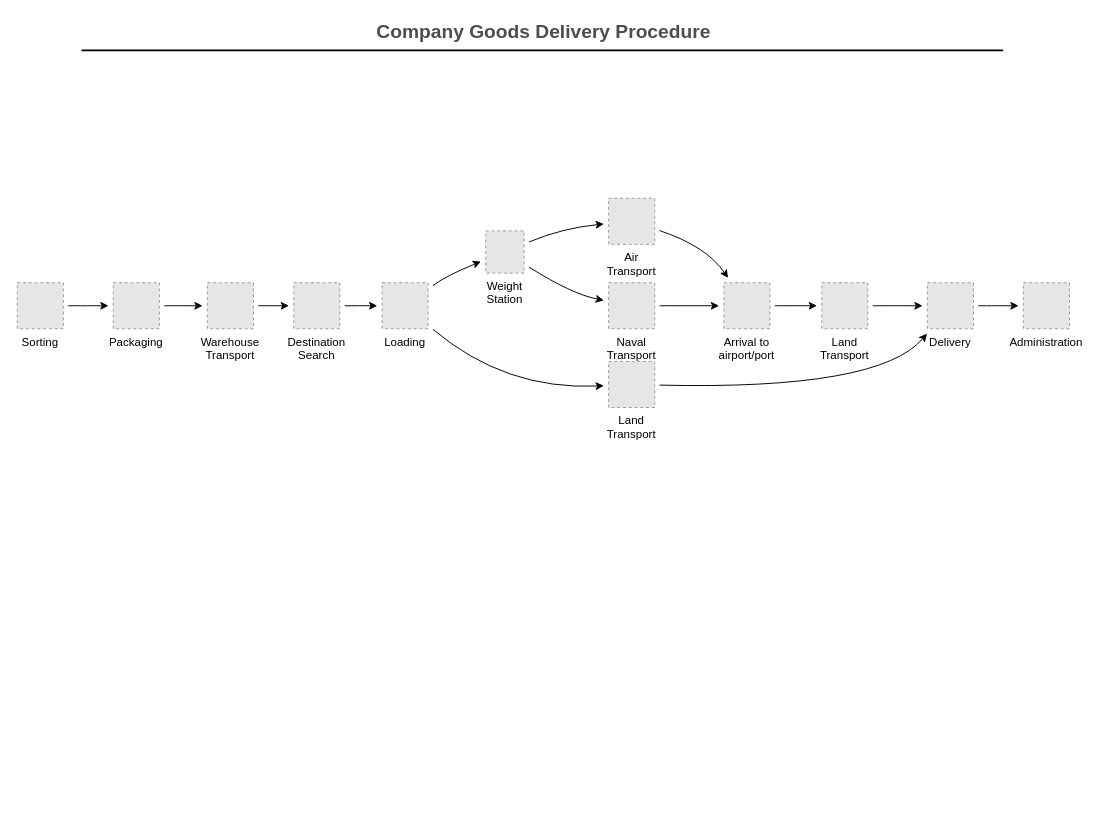
Before: diagram/minishop.drawio in sjbwylbs/sjbwylbs, a draw.io diagram. Source tidied: cells renumbered, new cells numbered last; positions are measured from the earlier drawing's top-left corner, leaving out a move shared by most shapes. Both pictures are drawn from the tidied source at 96%, with x=0, y=0 at pixel (16, 16). Pictures stored in the file or linked from it are replaced by grey dashed boxes.
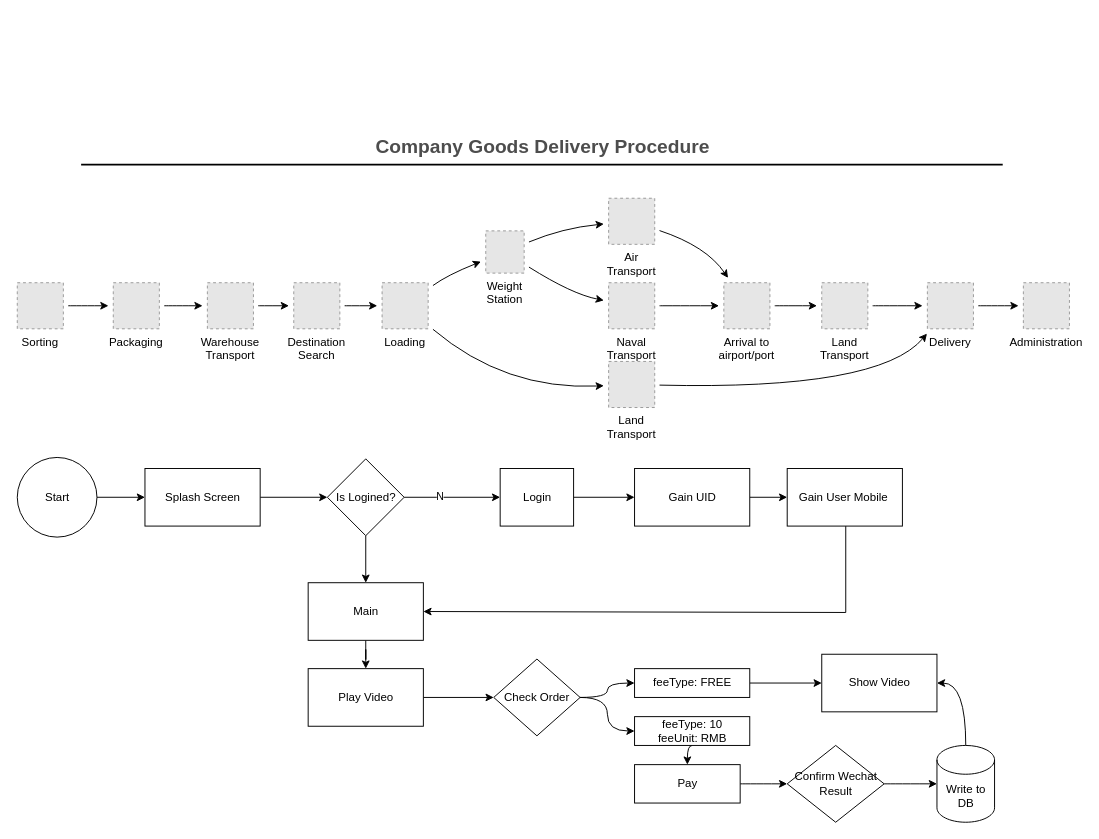
Above is the later version.

Diff of the diagram source:
```diff
@@
     <mxCell id="29" value="Company Goods Delivery Procedure" style="text;html=1;strokeColor=none;fillColor=none;align=center;verticalAlign=middle;whiteSpace=wrap;rounded=0;fontStyle=1;fontSize=20;fontColor=#4D4D4D;" parent="1" vertex="1">
-      <mxGeometry x="153.5" width="790" height="30" as="geometry" />
+      <mxGeometry x="153" y="119" width="790" height="30" as="geometry" />
     </mxCell>
     <mxCell id="30" style="line;strokeWidth=2;html=1;fontSize=20;fontColor=#4D4D4D;" parent="1" vertex="1">
-      <mxGeometry x="67.5" y="30" width="960" height="10" as="geometry" />
+      <mxGeometry x="67" y="149" width="960" height="10" as="geometry" />
     </mxCell>
+    <mxCell id="31" style="edgeStyle=orthogonalEdgeStyle;rounded=0;jettySize=auto;html=1;" parent="1" edge="1" source="32" target="42">
+      <mxGeometry relative="1" as="geometry" />
+    </mxCell>
+    <mxCell id="32" value="&lt;div&gt;Start&lt;/div&gt;" style="ellipse;whiteSpace=wrap;html=1;" parent="1" vertex="1">
+      <mxGeometry x="0.5" y="459" width="83" height="83" as="geometry" />
+    </mxCell>
+    <mxCell id="33" style="edgeStyle=orthogonalEdgeStyle;rounded=0;jettySize=auto;html=1;" parent="1" edge="1" source="34" target="48">
+      <mxGeometry relative="1" as="geometry" />
+    </mxCell>
+    <mxCell id="34" value="Main" style="rounded=0;whiteSpace=wrap;html=1;" parent="1" vertex="1">
+      <mxGeometry x="303.5" y="589.5" width="120" height="60" as="geometry" />
+    </mxCell>
+    <mxCell id="35" style="edgeStyle=orthogonalEdgeStyle;rounded=0;jettySize=auto;html=1;" parent="1" edge="1" source="38" target="40">
+      <mxGeometry relative="1" as="geometry" />
+    </mxCell>
+    <mxCell id="36" value="&lt;div&gt;N&lt;/div&gt;" style="edgeLabel;html=1;align=center;verticalAlign=middle;" parent="35" vertex="1">
+      <mxGeometry x="-0.27" y="1" relative="1" as="geometry" />
+    </mxCell>
+    <mxCell id="37" style="edgeStyle=orthogonalEdgeStyle;rounded=0;jettySize=auto;html=1;entryX=0.5;entryY=0;entryDx=0;entryDy=0;" parent="1" edge="1" source="38" target="34">
+      <mxGeometry relative="1" as="geometry" />
+    </mxCell>
+    <mxCell id="38" value="Is Logined?" style="rhombus;whiteSpace=wrap;html=1;" parent="1" vertex="1">
+      <mxGeometry x="323.5" y="460.5" width="80" height="80" as="geometry" />
+    </mxCell>
+    <mxCell id="39" style="edgeStyle=orthogonalEdgeStyle;rounded=0;jettySize=auto;html=1;" parent="1" edge="1" source="40" target="44">
+      <mxGeometry relative="1" as="geometry" />
+    </mxCell>
+    <mxCell id="40" value="Login" style="rounded=0;whiteSpace=wrap;html=1;" parent="1" vertex="1">
+      <mxGeometry x="503.5" y="470.5" width="76.5" height="60" as="geometry" />
+    </mxCell>
+    <mxCell id="41" style="edgeStyle=orthogonalEdgeStyle;rounded=0;jettySize=auto;html=1;exitX=1;exitY=0.5;exitDx=0;exitDy=0;entryX=0;entryY=0.5;entryDx=0;entryDy=0;" parent="1" edge="1" source="42" target="38">
+      <mxGeometry relative="1" as="geometry" />
+    </mxCell>
+    <mxCell id="42" value="Splash Screen" style="rounded=0;whiteSpace=wrap;html=1;" parent="1" vertex="1">
+      <mxGeometry x="133.5" y="470.5" width="120" height="60" as="geometry" />
+    </mxCell>
+    <mxCell id="43" style="edgeStyle=orthogonalEdgeStyle;rounded=0;jettySize=auto;html=1;exitX=1;exitY=0.5;exitDx=0;exitDy=0;entryX=0;entryY=0.5;entryDx=0;entryDy=0;" parent="1" edge="1" source="44" target="46">
+      <mxGeometry relative="1" as="geometry" />
+    </mxCell>
+    <mxCell id="44" value="Gain UID" style="rounded=0;whiteSpace=wrap;html=1;" parent="1" vertex="1">
+      <mxGeometry x="643.5" y="470.5" width="120" height="60" as="geometry" />
+    </mxCell>
+    <mxCell id="45" style="edgeStyle=orthogonalEdgeStyle;rounded=0;jettySize=auto;html=1;entryX=1;entryY=0.5;entryDx=0;entryDy=0;" parent="1" edge="1" source="46" target="34">
+      <mxGeometry relative="1" as="geometry">
+        <Array as="points">
+          <mxPoint x="863.5" y="620.5" />
+        </Array>
+      </mxGeometry>
+    </mxCell>
+    <mxCell id="46" value="Gain User Mobile&amp;nbsp; " style="rounded=0;whiteSpace=wrap;html=1;" parent="1" vertex="1">
+      <mxGeometry x="802.5" y="470.5" width="120" height="60" as="geometry" />
+    </mxCell>
+    <mxCell id="47" style="edgeStyle=orthogonalEdgeStyle;rounded=0;jettySize=auto;html=1;" parent="1" edge="1" source="48" target="51">
+      <mxGeometry relative="1" as="geometry" />
+    </mxCell>
+    <mxCell id="48" value="Play Video" style="rounded=0;whiteSpace=wrap;html=1;" parent="1" vertex="1">
+      <mxGeometry x="303.5" y="679" width="120" height="60" as="geometry" />
+    </mxCell>
+    <mxCell id="49" style="edgeStyle=orthogonalEdgeStyle;rounded=0;jettySize=auto;html=1;entryX=0;entryY=0.5;entryDx=0;entryDy=0;curved=1;" parent="1" edge="1" source="51" target="53">
+      <mxGeometry relative="1" as="geometry" />
+    </mxCell>
+    <mxCell id="50" style="edgeStyle=orthogonalEdgeStyle;curved=1;rounded=0;jettySize=auto;html=1;exitX=1;exitY=0.5;exitDx=0;exitDy=0;" parent="1" edge="1" source="51" target="55">
+      <mxGeometry relative="1" as="geometry" />
+    </mxCell>
+    <mxCell id="51" value="Check Order" style="rhombus;whiteSpace=wrap;html=1;" parent="1" vertex="1">
+      <mxGeometry x="496.8" y="669" width="90" height="80" as="geometry" />
+    </mxCell>
+    <mxCell id="52" style="edgeStyle=orthogonalEdgeStyle;rounded=0;jettySize=auto;html=1;" parent="1" edge="1" source="53" target="56">
+      <mxGeometry relative="1" as="geometry" />
+    </mxCell>
+    <mxCell id="53" value="feeType: FREE" style="rounded=0;whiteSpace=wrap;html=1;" parent="1" vertex="1">
+      <mxGeometry x="643.5" y="679" width="120" height="30" as="geometry" />
+    </mxCell>
+    <mxCell id="54" style="edgeStyle=orthogonalEdgeStyle;curved=1;rounded=0;jettySize=auto;html=1;exitX=0.5;exitY=1;exitDx=0;exitDy=0;entryX=0.5;entryY=0;entryDx=0;entryDy=0;" parent="1" edge="1" source="55" target="58">
+      <mxGeometry relative="1" as="geometry" />
+    </mxCell>
+    <mxCell id="55" value="&lt;div&gt;feeType: 10&lt;br&gt;&lt;/div&gt;&lt;div&gt;feeUnit: RMB&lt;br&gt;&lt;/div&gt;" style="rounded=0;whiteSpace=wrap;html=1;" parent="1" vertex="1">
+      <mxGeometry x="643.5" y="729" width="120" height="30" as="geometry" />
+    </mxCell>
+    <mxCell id="56" value="Show Video" style="rounded=0;whiteSpace=wrap;html=1;" parent="1" vertex="1">
+      <mxGeometry x="838.5" y="664" width="120" height="60" as="geometry" />
+    </mxCell>
+    <mxCell id="57" style="edgeStyle=orthogonalEdgeStyle;curved=1;rounded=0;jettySize=auto;html=1;" parent="1" edge="1" source="58" target="60">
+      <mxGeometry relative="1" as="geometry" />
+    </mxCell>
+    <mxCell id="58" value="Pay" style="rounded=0;whiteSpace=wrap;html=1;" parent="1" vertex="1">
+      <mxGeometry x="643.5" y="779" width="110" height="40" as="geometry" />
+    </mxCell>
+    <mxCell id="59" style="edgeStyle=orthogonalEdgeStyle;curved=1;rounded=0;jettySize=auto;html=1;exitX=1;exitY=0.5;exitDx=0;exitDy=0;" parent="1" edge="1" source="60" target="62">
+      <mxGeometry relative="1" as="geometry" />
+    </mxCell>
+    <mxCell id="60" value="Confirm Wechat Result" style="rhombus;whiteSpace=wrap;html=1;" parent="1" vertex="1">
+      <mxGeometry x="802.5" y="759" width="101" height="80" as="geometry" />
+    </mxCell>
+    <mxCell id="61" style="edgeStyle=orthogonalEdgeStyle;curved=1;rounded=0;jettySize=auto;html=1;entryX=1;entryY=0.5;entryDx=0;entryDy=0;" parent="1" edge="1" source="62" target="56">
+      <mxGeometry relative="1" as="geometry" />
+    </mxCell>
+    <mxCell id="62" value="Write to DB" style="shape=cylinder3;whiteSpace=wrap;html=1;boundedLbl=1;backgroundOutline=1;size=15;" parent="1" vertex="1">
+      <mxGeometry x="958.5" y="759" width="60" height="80" as="geometry" />
+    </mxCell>
```
